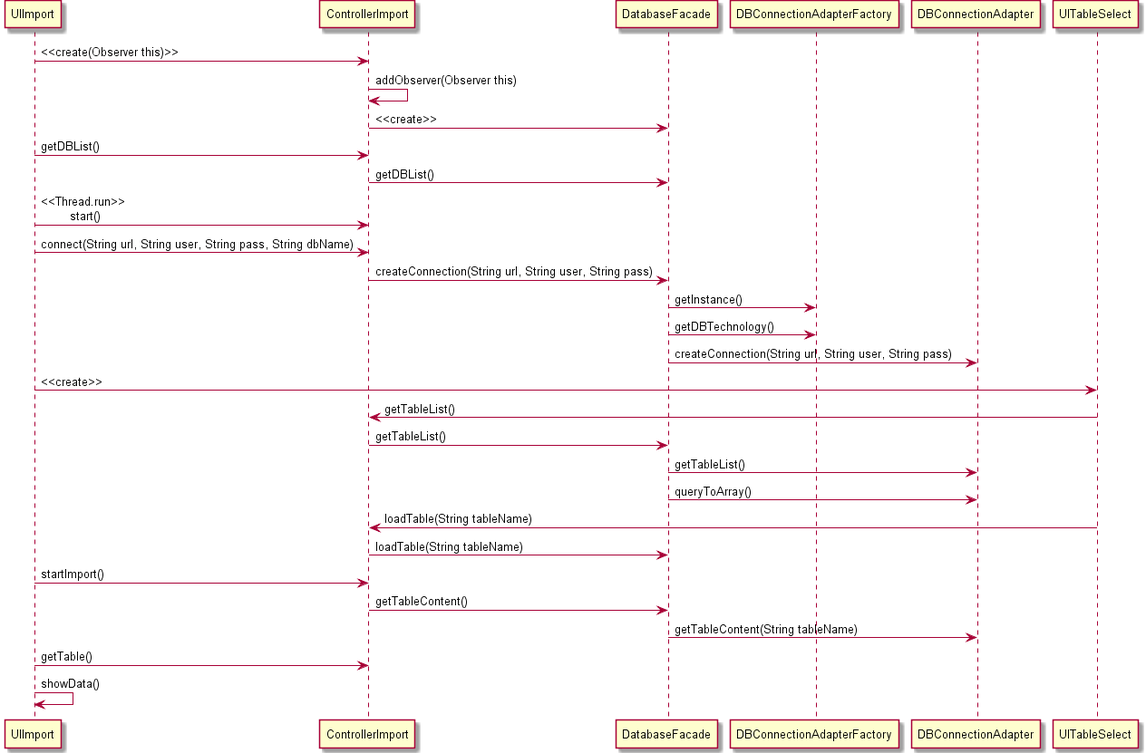
This is src/csheets/ext/database/docs/use_case_realization_DBimport.png from askpt/LAPR4, a PlantUML export, as it was before one commit.
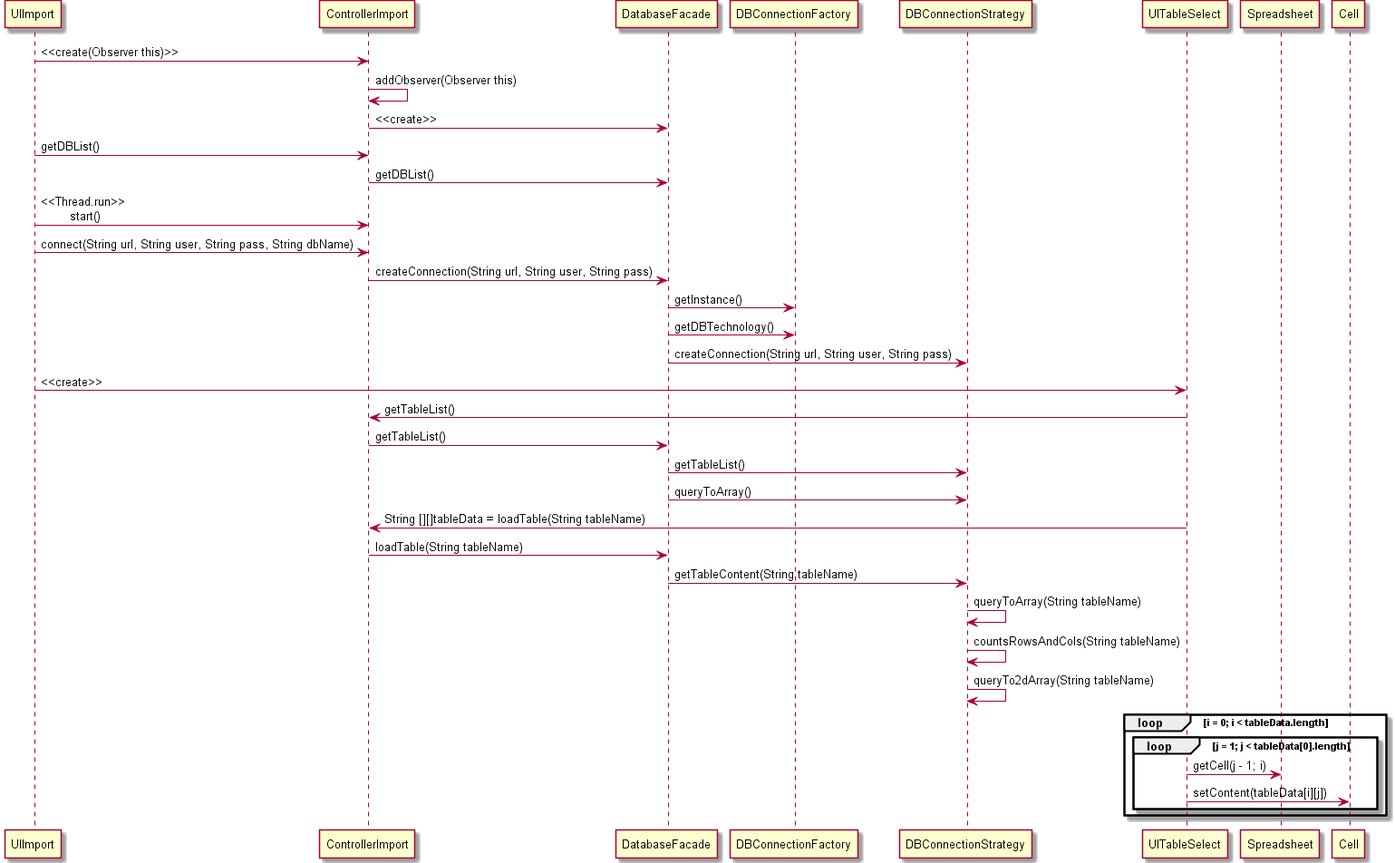
After the change.

Commit message:
1111168: updated sequence diagrams DB import close #9

Diff of the diagram source:
```diff
@@ -7,21 +7,24 @@
  UIImport -> ControllerImport: <<Thread.run>>\n\tstart()
  UIImport -> ControllerImport: connect(String url, String user, String pass, String dbName)
  ControllerImport -> DatabaseFacade: createConnection(String url, String user, String pass)
- DatabaseFacade -> DBConnectionAdapterFactory: getInstance()
- DatabaseFacade -> DBConnectionAdapterFactory: getDBTechnology()
- DatabaseFacade -> DBConnectionAdapter: createConnection(String url, String user, String pass)
+ DatabaseFacade -> DBConnectionFactory: getInstance()
+ DatabaseFacade -> DBConnectionFactory: getDBTechnology()
+ DatabaseFacade -> DBConnectionStrategy: createConnection(String url, String user, String pass)
  UIImport -> UITableSelect: <<create>>
  UITableSelect -> ControllerImport: getTableList()
  ControllerImport -> DatabaseFacade: getTableList()
- DatabaseFacade -> DBConnectionAdapter: getTableList()
- DatabaseFacade -> DBConnectionAdapter: queryToArray()
-
- UITableSelect -> ControllerImport: loadTable(String tableName)
+ DatabaseFacade -> DBConnectionStrategy: getTableList()
+ DatabaseFacade -> DBConnectionStrategy: queryToArray()
+ UITableSelect -> ControllerImport: String [][]tableData = loadTable(String tableName)
  ControllerImport -> DatabaseFacade: loadTable(String tableName)
- UIImport -> ControllerImport: startImport()
- ControllerImport -> DatabaseFacade: getTableContent()
- DatabaseFacade -> DBConnectionAdapter: getTableContent(String tableName)
- UIImport -> ControllerImport: getTable()
-
- UIImport -> UIImport: showData()
+ DatabaseFacade -> DBConnectionStrategy: getTableContent(String tableName)
+ DBConnectionStrategy -> DBConnectionStrategy: queryToArray(String tableName)
+ DBConnectionStrategy -> DBConnectionStrategy: countsRowsAndCols(String tableName)
+ DBConnectionStrategy -> DBConnectionStrategy: queryTo2dArray(String tableName)
+ loop i = 0; i < tableData.length
+  loop j = 1; j < tableData[0].length
+   UITableSelect -> Spreadsheet: getCell(j - 1; i)
+   UITableSelect -> Cell: setContent(tableData[i][j])
+  end
+ end
 @enduml
```
